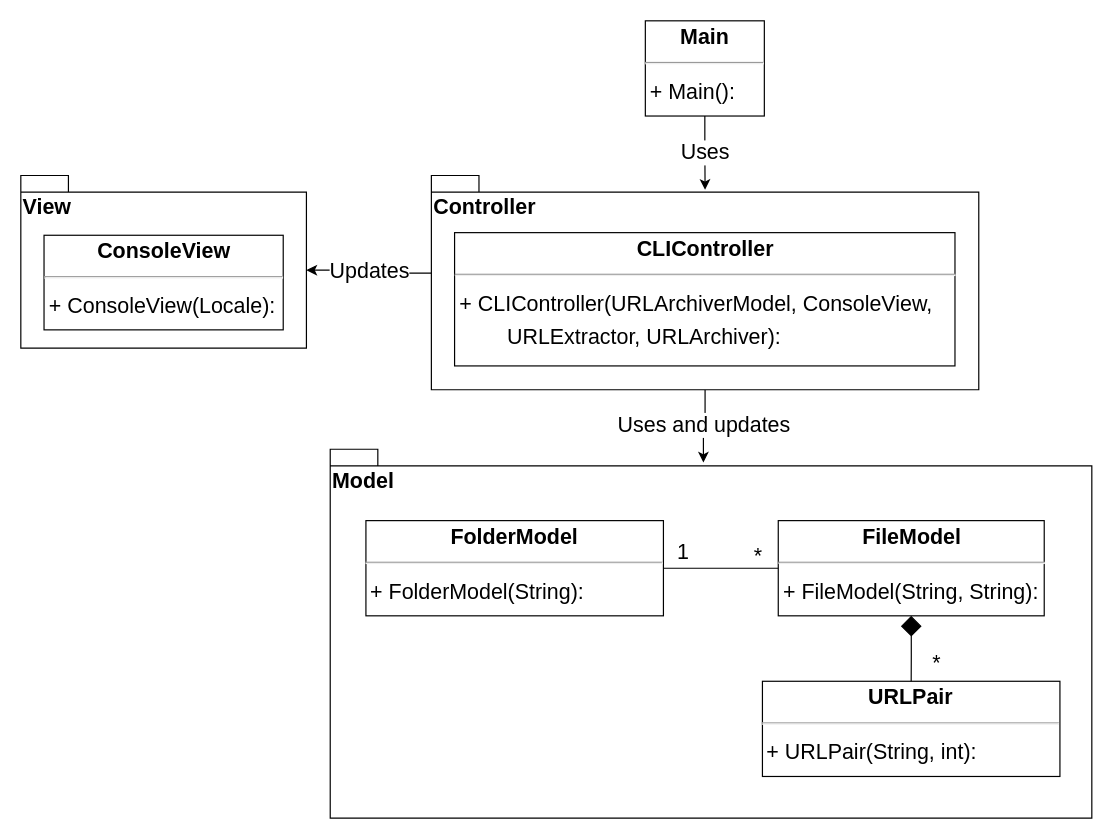
Earlier version of the draw.io diagram page "Detailed_MVC" (2 of 2) of report/diagrams/mvc_diagram.drawio (devobern/URL-Archiver). Source tidied: cells renumbered, new cells numbered last; positions are measured from the earlier drawing's top-left corner, leaving out a move shared by most shapes. Both pictures are drawn from the tidied source at 119%, with x=0, y=0 at pixel (20, 20).
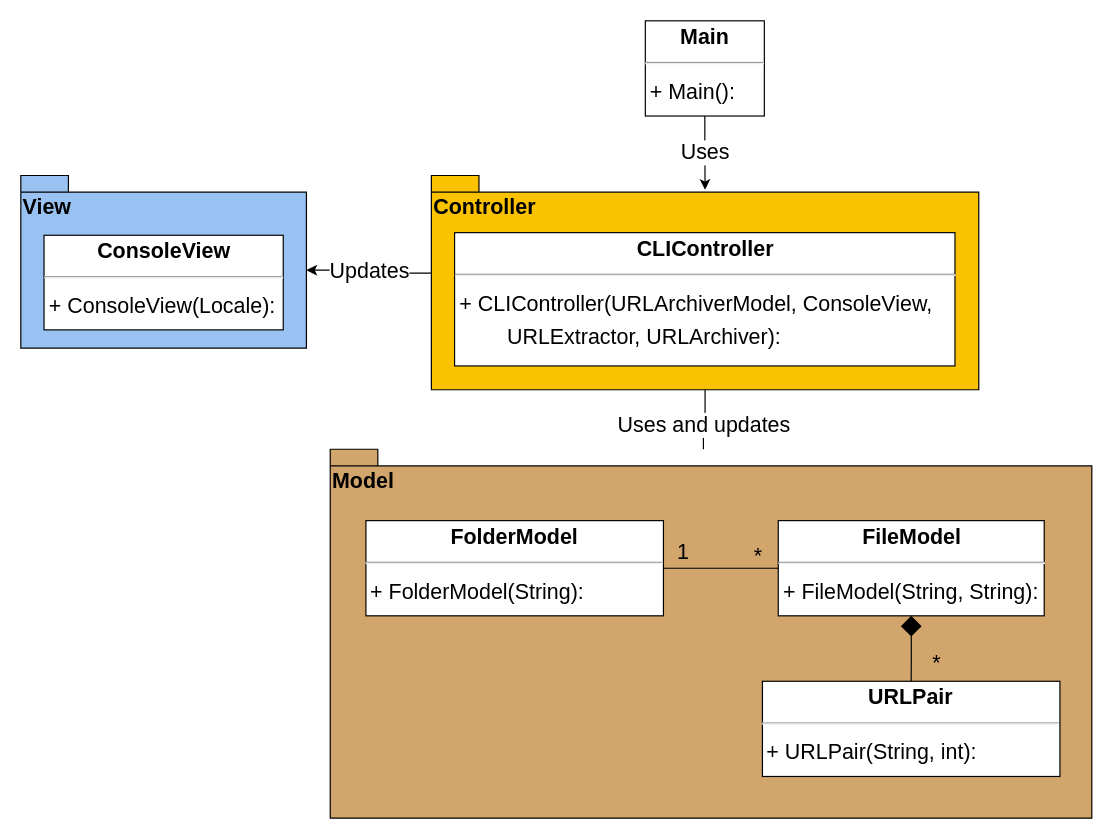
The same page after the edit.

Unchanged cells that the change refers to:
```xml
<mxCell id="6" style="group;fontSize=18;" parent="1" vertex="1">
  <mxGeometry x="345" y="130" width="460" height="180" as="geometry" />
</mxCell>
```

Diff of the diagram source:
```diff
@@
-    <mxCell id="7" value="Controller" style="shape=folder;fontStyle=1;spacingTop=10;tabWidth=40;tabHeight=14;tabPosition=left;html=1;whiteSpace=wrap;align=left;verticalAlign=top;fontSize=18;" parent="6" vertex="1">
+    <mxCell id="7" value="Controller" style="shape=folder;fontStyle=1;spacingTop=10;tabWidth=40;tabHeight=14;tabPosition=left;html=1;whiteSpace=wrap;align=left;verticalAlign=top;fontSize=18;fillColor=#FBC200;" parent="6" vertex="1">
       <mxGeometry width="460" height="180" as="geometry" />
     </mxCell>
@@
-    <mxCell id="9" style="group;fontSize=18;" parent="1" vertex="1">
+    <mxCell id="9" style="group;fontSize=18;fillColor=default;" parent="1" vertex="1">
       <mxGeometry y="130" width="240" height="145" as="geometry" />
     </mxCell>
-    <mxCell id="10" value="View" style="shape=folder;fontStyle=1;spacingTop=10;tabWidth=40;tabHeight=14;tabPosition=left;html=1;whiteSpace=wrap;verticalAlign=top;align=left;fontSize=18;" parent="9" vertex="1">
+    <mxCell id="10" value="View" style="shape=folder;fontStyle=1;spacingTop=10;tabWidth=40;tabHeight=14;tabPosition=left;html=1;whiteSpace=wrap;verticalAlign=top;align=left;fontSize=18;fillColor=#99c1f1;" parent="9" vertex="1">
       <mxGeometry width="240" height="145" as="geometry" />
     </mxCell>
@@
-    <mxCell id="12" style="group;fontSize=18;" parent="1" vertex="1">
+    <mxCell id="12" style="group;fontSize=18;fillColor=default;" parent="1" vertex="1">
       <mxGeometry x="260" y="360" width="640" height="310" as="geometry" />
     </mxCell>
-    <mxCell id="13" value="Model" style="shape=folder;fontStyle=1;spacingTop=10;tabWidth=40;tabHeight=14;tabPosition=left;html=1;whiteSpace=wrap;verticalAlign=top;align=left;fontSize=18;" parent="12" vertex="1">
+    <mxCell id="13" value="Model" style="shape=folder;fontStyle=1;spacingTop=10;tabWidth=40;tabHeight=14;tabPosition=left;html=1;whiteSpace=wrap;verticalAlign=top;align=left;fontSize=18;fillColor=#D2A56D;" parent="12" vertex="1">
       <mxGeometry width="640" height="310" as="geometry" />
     </mxCell>
```
